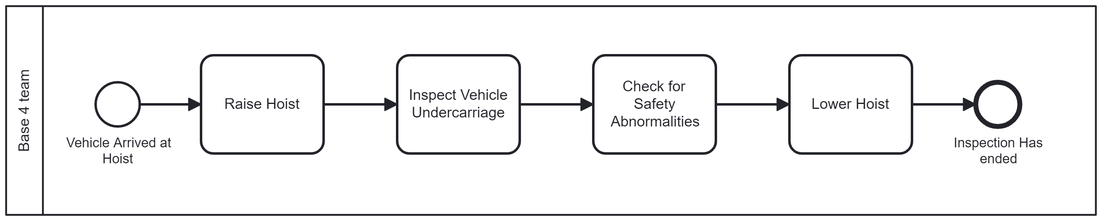
Earlier version of the BPMN export models/as_is_model/subprocesso_4.png (franciscoAbreuTecnico/Business-Process-Engineering-and-Technology). Its source is kept beside it as models/as_is_model/subprocesso_4.bpmn. Ids are renumbered.
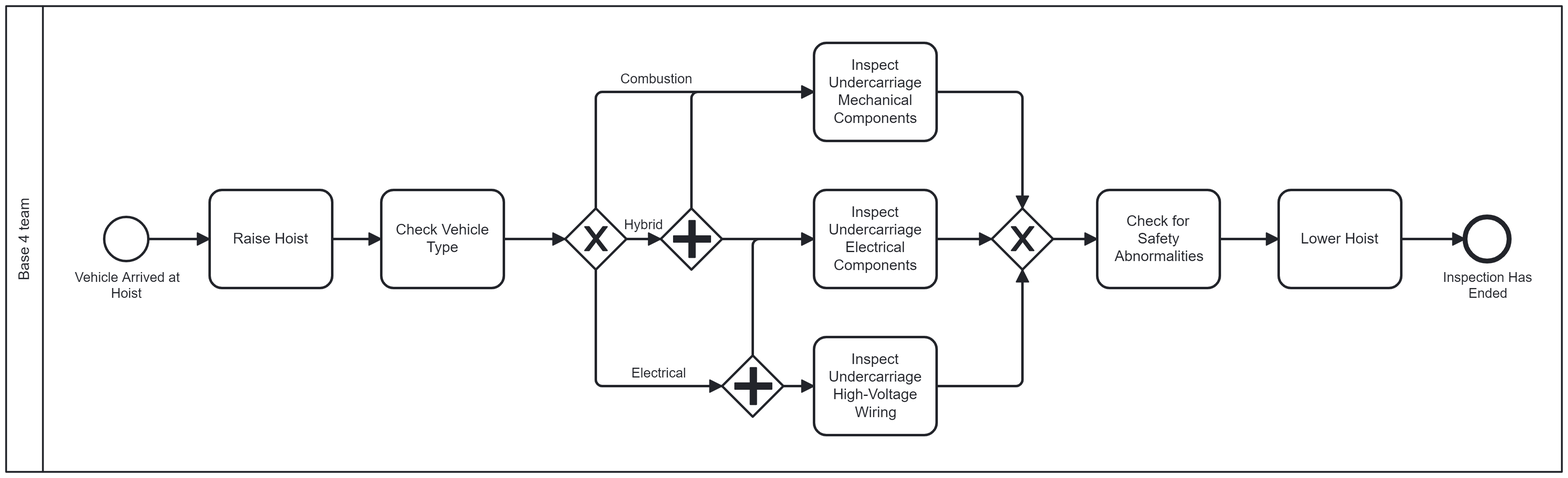
The same diagram one commit later.

Commit message:
Adenda subprocesso 4

What changed in the source:
```diff
@@ -3,6 +3,7 @@
     <bpmn:participant id="Participant_n3" name="Base 4 team" processRef="Process_n4" />
   </bpmn:collaboration>
   <bpmn:process id="Process_n4" isExecutable="true">
+    <bpmn:laneSet id="LaneSet_n15" />
     <bpmn:startEvent id="StartEvent_1" name="Vehicle Arrived at Hoist">
       <bpmn:outgoing>Flow_n5</bpmn:outgoing>
     </bpmn:startEvent>
@@ -10,80 +11,210 @@
       <bpmn:incoming>Flow_n5</bpmn:incoming>
       <bpmn:outgoing>Flow_n7</bpmn:outgoing>
     </bpmn:task>
-    <bpmn:task id="Activity_n8" name="Inspect Vehicle Undercarriage">
+    <bpmn:task id="Activity_n8" name="Inspect Undercarriage Mechanical Components">
+      <bpmn:incoming>Flow_n16</bpmn:incoming>
+      <bpmn:incoming>Flow_n17</bpmn:incoming>
+      <bpmn:outgoing>Flow_n18</bpmn:outgoing>
+    </bpmn:task>
+    <bpmn:task id="Activity_n19" name="Inspect Undercarriage Electrical Components">
+      <bpmn:incoming>Flow_n20</bpmn:incoming>
+      <bpmn:incoming>Flow_n21</bpmn:incoming>
+      <bpmn:outgoing>Flow_n22</bpmn:outgoing>
+    </bpmn:task>
+    <bpmn:task id="Activity_n23" name="Inspect Undercarriage High-Voltage Wiring">
+      <bpmn:incoming>Flow_n24</bpmn:incoming>
+      <bpmn:outgoing>Flow_n25</bpmn:outgoing>
+    </bpmn:task>
+    <bpmn:task id="Activity_n26" name="Check Vehicle Type">
       <bpmn:incoming>Flow_n7</bpmn:incoming>
-      <bpmn:outgoing>Flow_n9</bpmn:outgoing>
+      <bpmn:outgoing>Flow_n27</bpmn:outgoing>
     </bpmn:task>
+    <bpmn:exclusiveGateway id="Gateway_n28">
+      <bpmn:incoming>Flow_n27</bpmn:incoming>
+      <bpmn:outgoing>Flow_n29</bpmn:outgoing>
+      <bpmn:outgoing>Flow_n17</bpmn:outgoing>
+      <bpmn:outgoing>Flow_n30</bpmn:outgoing>
+    </bpmn:exclusiveGateway>
+    <bpmn:parallelGateway id="Gateway_n31">
+      <bpmn:incoming>Flow_n30</bpmn:incoming>
+      <bpmn:outgoing>Flow_n24</bpmn:outgoing>
+      <bpmn:outgoing>Flow_n21</bpmn:outgoing>
+    </bpmn:parallelGateway>
+    <bpmn:parallelGateway id="Gateway_n32">
+      <bpmn:incoming>Flow_n29</bpmn:incoming>
+      <bpmn:outgoing>Flow_n16</bpmn:outgoing>
+      <bpmn:outgoing>Flow_n20</bpmn:outgoing>
+    </bpmn:parallelGateway>
+    <bpmn:sequenceFlow id="Flow_n5" sourceRef="StartEvent_1" targetRef="Activity_n6" />
+    <bpmn:sequenceFlow id="Flow_n7" sourceRef="Activity_n6" targetRef="Activity_n26" />
+    <bpmn:sequenceFlow id="Flow_n16" sourceRef="Gateway_n32" targetRef="Activity_n8" />
+    <bpmn:sequenceFlow id="Flow_n17" name="Combustion" sourceRef="Gateway_n28" targetRef="Activity_n8" />
+    <bpmn:sequenceFlow id="Flow_n20" sourceRef="Gateway_n32" targetRef="Activity_n19" />
+    <bpmn:sequenceFlow id="Flow_n21" sourceRef="Gateway_n31" targetRef="Activity_n19" />
+    <bpmn:sequenceFlow id="Flow_n24" sourceRef="Gateway_n31" targetRef="Activity_n23" />
+    <bpmn:sequenceFlow id="Flow_n27" sourceRef="Activity_n26" targetRef="Gateway_n28" />
+    <bpmn:sequenceFlow id="Flow_n29" name="Hybrid" sourceRef="Gateway_n28" targetRef="Gateway_n32" />
+    <bpmn:sequenceFlow id="Flow_n30" name="Electrical" sourceRef="Gateway_n28" targetRef="Gateway_n31" />
+    <bpmn:sequenceFlow id="Flow_n22" sourceRef="Activity_n19" targetRef="Gateway_n33" />
+    <bpmn:sequenceFlow id="Flow_n25" sourceRef="Activity_n23" targetRef="Gateway_n33" />
+    <bpmn:sequenceFlow id="Flow_n18" sourceRef="Activity_n8" targetRef="Gateway_n33" />
+    <bpmn:sequenceFlow id="Flow_n34" sourceRef="Gateway_n33" targetRef="Activity_n10" />
+    <bpmn:exclusiveGateway id="Gateway_n33">
+      <bpmn:incoming>Flow_n22</bpmn:incoming>
+      <bpmn:incoming>Flow_n25</bpmn:incoming>
+      <bpmn:incoming>Flow_n18</bpmn:incoming>
+      <bpmn:outgoing>Flow_n34</bpmn:outgoing>
+    </bpmn:exclusiveGateway>
     <bpmn:task id="Activity_n10" name="Check for Safety Abnormalities">
-      <bpmn:incoming>Flow_n9</bpmn:incoming>
+      <bpmn:incoming>Flow_n34</bpmn:incoming>
       <bpmn:outgoing>Flow_n11</bpmn:outgoing>
     </bpmn:task>
+    <bpmn:sequenceFlow id="Flow_n11" sourceRef="Activity_n10" targetRef="Activity_n12" />
     <bpmn:task id="Activity_n12" name="Lower Hoist">
       <bpmn:incoming>Flow_n11</bpmn:incoming>
       <bpmn:outgoing>Flow_n13</bpmn:outgoing>
     </bpmn:task>
-    <bpmn:endEvent id="Event_n14" name="Inspection Has ended">
+    <bpmn:endEvent id="Event_n14" name="Inspection Has Ended">
       <bpmn:incoming>Flow_n13</bpmn:incoming>
     </bpmn:endEvent>
-    <bpmn:sequenceFlow id="Flow_n5" sourceRef="StartEvent_1" targetRef="Activity_n6" />
-    <bpmn:sequenceFlow id="Flow_n7" sourceRef="Activity_n6" targetRef="Activity_n8" />
-    <bpmn:sequenceFlow id="Flow_n9" sourceRef="Activity_n8" targetRef="Activity_n10" />
-    <bpmn:sequenceFlow id="Flow_n11" sourceRef="Activity_n10" targetRef="Activity_n12" />
     <bpmn:sequenceFlow id="Flow_n13" sourceRef="Activity_n12" targetRef="Event_n14" />
   </bpmn:process>
   <bpmndi:BPMNDiagram id="BPMNDiagram_1">
     <bpmndi:BPMNPlane id="BPMNPlane_1" bpmnElement="Collaboration_n2">
       <bpmndi:BPMNShape id="Participant_n3_di" bpmnElement="Participant_n3" isHorizontal="true">
-        <dc:Bounds x="131" y="80" width="889" height="170" />
+        <dc:Bounds x="131" y="70" width="1269" height="380" />
         <bpmndi:BPMNLabel />
       </bpmndi:BPMNShape>
       <bpmndi:BPMNShape id="_BPMNShape_StartEvent_2" bpmnElement="StartEvent_1">
-        <dc:Bounds x="204" y="142" width="36" height="36" />
+        <dc:Bounds x="211" y="242" width="36" height="36" />
         <bpmndi:BPMNLabel>
-          <dc:Bounds x="180" y="185" width="85" height="27" />
+          <dc:Bounds x="187" y="285" width="85" height="27" />
         </bpmndi:BPMNLabel>
       </bpmndi:BPMNShape>
       <bpmndi:BPMNShape id="Activity_n6_di" bpmnElement="Activity_n6">
-        <dc:Bounds x="290" y="120" width="100" height="80" />
+        <dc:Bounds x="297" y="220" width="100" height="80" />
         <bpmndi:BPMNLabel />
       </bpmndi:BPMNShape>
       <bpmndi:BPMNShape id="Activity_n8_di" bpmnElement="Activity_n8">
-        <dc:Bounds x="450" y="120" width="100" height="80" />
+        <dc:Bounds x="790" y="100" width="100" height="80" />
         <bpmndi:BPMNLabel />
       </bpmndi:BPMNShape>
+      <bpmndi:BPMNShape id="Activity_n19_di" bpmnElement="Activity_n19">
+        <dc:Bounds x="790" y="220" width="100" height="80" />
+        <bpmndi:BPMNLabel />
+      </bpmndi:BPMNShape>
+      <bpmndi:BPMNShape id="Activity_n23_di" bpmnElement="Activity_n23">
+        <dc:Bounds x="790" y="340" width="100" height="80" />
+        <bpmndi:BPMNLabel />
+      </bpmndi:BPMNShape>
+      <bpmndi:BPMNShape id="Activity_n26_di" bpmnElement="Activity_n26">
+        <dc:Bounds x="437" y="220" width="100" height="80" />
+        <bpmndi:BPMNLabel />
+      </bpmndi:BPMNShape>
+      <bpmndi:BPMNShape id="Gateway_n28_di" bpmnElement="Gateway_n28" isMarkerVisible="true">
+        <dc:Bounds x="587" y="235" width="50" height="50" />
+      </bpmndi:BPMNShape>
+      <bpmndi:BPMNShape id="Gateway_00r0uiv_di" bpmnElement="Gateway_n31">
+        <dc:Bounds x="715" y="355" width="50" height="50" />
+      </bpmndi:BPMNShape>
+      <bpmndi:BPMNShape id="Gateway_03jpjnm_di" bpmnElement="Gateway_n32">
+        <dc:Bounds x="665" y="235" width="50" height="50" />
+      </bpmndi:BPMNShape>
+      <bpmndi:BPMNShape id="Gateway_n33_di" bpmnElement="Gateway_n33" isMarkerVisible="true">
+        <dc:Bounds x="935" y="235" width="50" height="50" />
+      </bpmndi:BPMNShape>
       <bpmndi:BPMNShape id="Activity_n10_di" bpmnElement="Activity_n10">
-        <dc:Bounds x="610" y="120" width="100" height="80" />
+        <dc:Bounds x="1021" y="220" width="100" height="80" />
         <bpmndi:BPMNLabel />
       </bpmndi:BPMNShape>
       <bpmndi:BPMNShape id="Activity_n12_di" bpmnElement="Activity_n12">
-        <dc:Bounds x="770" y="120" width="100" height="80" />
+        <dc:Bounds x="1169" y="220" width="100" height="80" />
         <bpmndi:BPMNLabel />
       </bpmndi:BPMNShape>
       <bpmndi:BPMNShape id="Event_1v3foh7_di" bpmnElement="Event_n14">
-        <dc:Bounds x="922" y="142" width="36" height="36" />
+        <dc:Bounds x="1321" y="242" width="36" height="36" />
         <bpmndi:BPMNLabel>
-          <dc:Bounds x="904" y="185" width="74" height="27" />
+          <dc:Bounds x="1303" y="285" width="74" height="27" />
         </bpmndi:BPMNLabel>
       </bpmndi:BPMNShape>
       <bpmndi:BPMNEdge id="Flow_n5_di" bpmnElement="Flow_n5">
-        <di:waypoint x="240" y="160" />
-        <di:waypoint x="290" y="160" />
+        <di:waypoint x="247" y="260" />
+        <di:waypoint x="297" y="260" />
       </bpmndi:BPMNEdge>
       <bpmndi:BPMNEdge id="Flow_n7_di" bpmnElement="Flow_n7">
-        <di:waypoint x="390" y="160" />
-        <di:waypoint x="450" y="160" />
+        <di:waypoint x="397" y="260" />
+        <di:waypoint x="437" y="260" />
       </bpmndi:BPMNEdge>
-      <bpmndi:BPMNEdge id="Flow_n9_di" bpmnElement="Flow_n9">
-        <di:waypoint x="550" y="160" />
-        <di:waypoint x="610" y="160" />
+      <bpmndi:BPMNEdge id="Flow_n16_di" bpmnElement="Flow_n16">
+        <di:waypoint x="690" y="235" />
+        <di:waypoint x="690" y="140" />
+        <di:waypoint x="790" y="140" />
+      </bpmndi:BPMNEdge>
+      <bpmndi:BPMNEdge id="Flow_n17_di" bpmnElement="Flow_n17">
+        <di:waypoint x="612" y="235" />
+        <di:waypoint x="612" y="140" />
+        <di:waypoint x="790" y="140" />
+        <bpmndi:BPMNLabel>
+          <dc:Bounds x="632" y="123" width="59" height="14" />
+        </bpmndi:BPMNLabel>
+      </bpmndi:BPMNEdge>
+      <bpmndi:BPMNEdge id="Flow_n20_di" bpmnElement="Flow_n20">
+        <di:waypoint x="715" y="260" />
+        <di:waypoint x="790" y="260" />
+      </bpmndi:BPMNEdge>
+      <bpmndi:BPMNEdge id="Flow_n21_di" bpmnElement="Flow_n21">
+        <di:waypoint x="740" y="355" />
+        <di:waypoint x="740" y="260" />
+        <di:waypoint x="790" y="260" />
+      </bpmndi:BPMNEdge>
+      <bpmndi:BPMNEdge id="Flow_n24_di" bpmnElement="Flow_n24">
+        <di:waypoint x="765" y="380" />
+        <di:waypoint x="790" y="380" />
+      </bpmndi:BPMNEdge>
+      <bpmndi:BPMNEdge id="Flow_n27_di" bpmnElement="Flow_n27">
+        <di:waypoint x="537" y="260" />
+        <di:waypoint x="587" y="260" />
+      </bpmndi:BPMNEdge>
+      <bpmndi:BPMNEdge id="Flow_n29_di" bpmnElement="Flow_n29">
+        <di:waypoint x="637" y="260" />
+        <di:waypoint x="665" y="260" />
+        <bpmndi:BPMNLabel>
+          <dc:Bounds x="635" y="242" width="32" height="14" />
+        </bpmndi:BPMNLabel>
+      </bpmndi:BPMNEdge>
+      <bpmndi:BPMNEdge id="Flow_n30_di" bpmnElement="Flow_n30">
+        <di:waypoint x="612" y="285" />
+        <di:waypoint x="612" y="380" />
+        <di:waypoint x="715" y="380" />
+        <bpmndi:BPMNLabel>
+          <dc:Bounds x="641" y="363" width="46" height="14" />
+        </bpmndi:BPMNLabel>
+      </bpmndi:BPMNEdge>
+      <bpmndi:BPMNEdge id="Flow_n22_di" bpmnElement="Flow_n22">
+        <di:waypoint x="890" y="260" />
+        <di:waypoint x="935" y="260" />
+      </bpmndi:BPMNEdge>
+      <bpmndi:BPMNEdge id="Flow_n25_di" bpmnElement="Flow_n25">
+        <di:waypoint x="890" y="380" />
+        <di:waypoint x="960" y="380" />
+        <di:waypoint x="960" y="285" />
+      </bpmndi:BPMNEdge>
+      <bpmndi:BPMNEdge id="Flow_n18_di" bpmnElement="Flow_n18">
+        <di:waypoint x="890" y="140" />
+        <di:waypoint x="960" y="140" />
+        <di:waypoint x="960" y="235" />
+      </bpmndi:BPMNEdge>
+      <bpmndi:BPMNEdge id="Flow_n34_di" bpmnElement="Flow_n34">
+        <di:waypoint x="985" y="260" />
+        <di:waypoint x="1021" y="260" />
       </bpmndi:BPMNEdge>
       <bpmndi:BPMNEdge id="Flow_n11_di" bpmnElement="Flow_n11">
-        <di:waypoint x="710" y="160" />
-        <di:waypoint x="770" y="160" />
+        <di:waypoint x="1121" y="260" />
+        <di:waypoint x="1169" y="260" />
       </bpmndi:BPMNEdge>
       <bpmndi:BPMNEdge id="Flow_n13_di" bpmnElement="Flow_n13">
-        <di:waypoint x="870" y="160" />
-        <di:waypoint x="922" y="160" />
+        <di:waypoint x="1269" y="260" />
+        <di:waypoint x="1321" y="260" />
       </bpmndi:BPMNEdge>
     </bpmndi:BPMNPlane>
   </bpmndi:BPMNDiagram>
```
